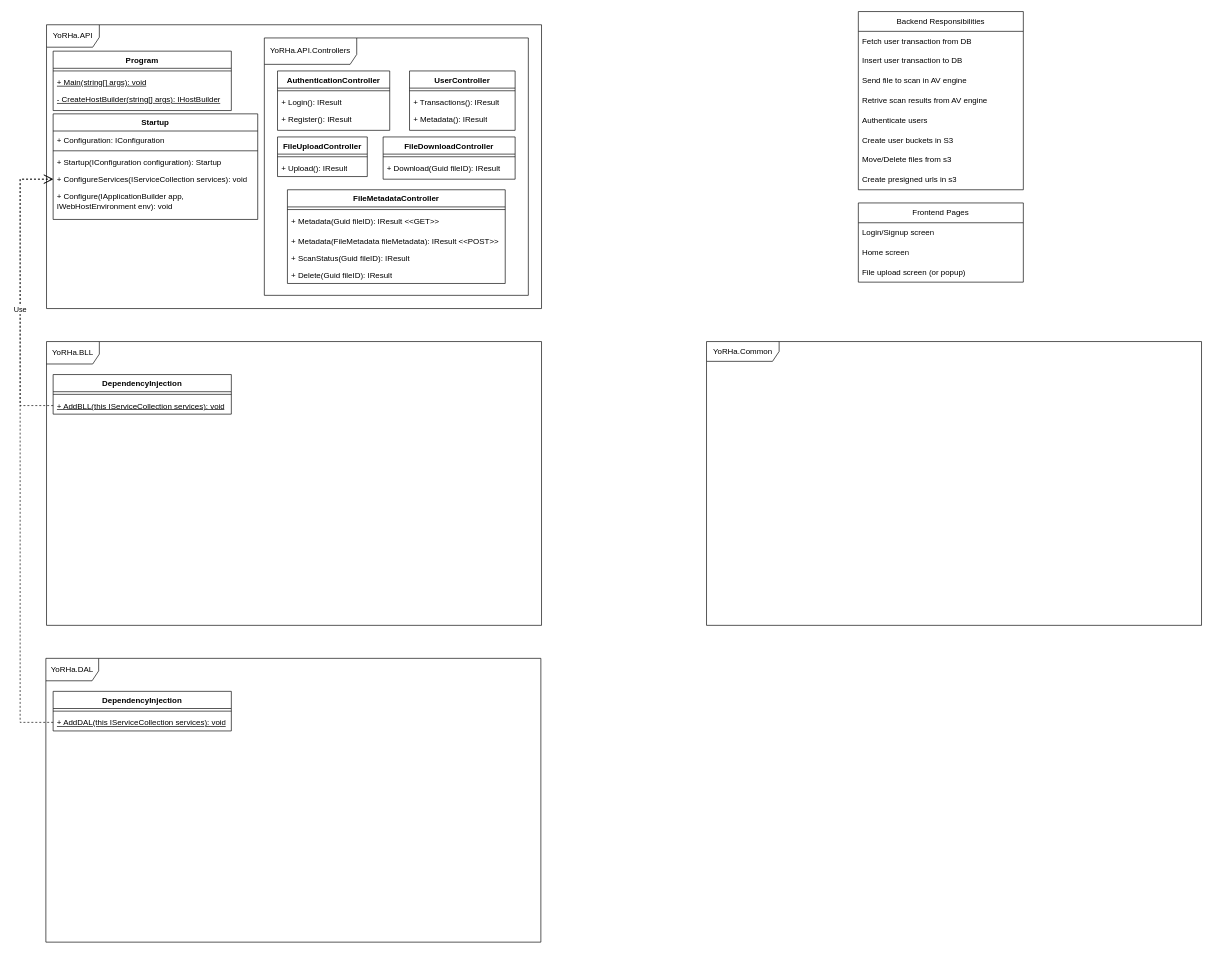
Above: Architecture/YoRHa Backend General Design.drawio in choda20/YoRHa (draw.io), before the change. Source tidied: cells renumbered, new cells numbered last; positions are measured from the earlier drawing's top-left corner, leaving out a move shared by most shapes. Both pictures are drawn from the tidied source at 66%, with x=0, y=0 at pixel (20, 11).
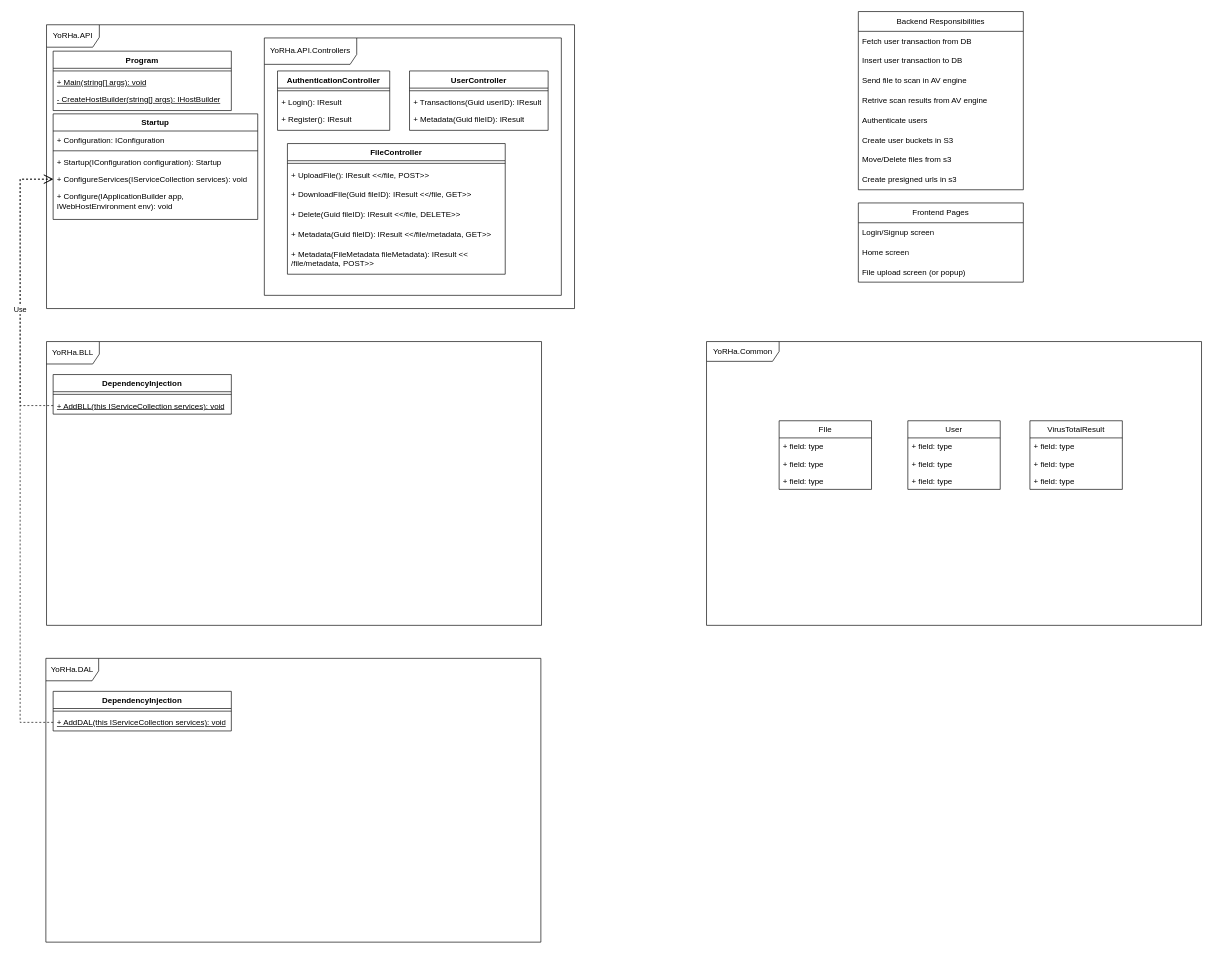
The same page after the edit.

Commit message:
fix(YoRHa.API architecture): added more controllers and model ideas

The edit, as a diff of the source:
```diff
@@
     <mxCell id="5" value="YoRHa.API" style="shape=umlFrame;whiteSpace=wrap;html=1;width=80;height=34;" parent="1" vertex="1">
-      <mxGeometry x="40" y="20" width="750" height="430" as="geometry" />
+      <mxGeometry x="40" y="20" width="800" height="430" as="geometry" />
     </mxCell>
@@
     <mxCell id="22" value="YoRHa.API.Controllers" style="shape=umlFrame;whiteSpace=wrap;html=1;width=140;height=40;" parent="1" vertex="1">
-      <mxGeometry x="370" y="40" width="400" height="390" as="geometry" />
+      <mxGeometry x="370" y="40" width="450" height="390" as="geometry" />
     </mxCell>
@@
-    <mxCell id="38" value="FileMetadataController" style="swimlane;fontStyle=1;align=center;verticalAlign=top;horizontal=1;startSize=26;whiteSpace=wrap;html=1;" parent="1" vertex="1">
-      <mxGeometry x="405" y="270" width="330" height="142" as="geometry" />
-    </mxCell>
-    <mxCell id="39" style="line;strokeWidth=1;fillColor=none;align=left;verticalAlign=middle;spacingTop=-1;spacingLeft=3;spacingRight=3;labelPosition=right;strokeColor=inherit;" parent="38" vertex="1">
-      <mxGeometry y="26" width="330" height="8" as="geometry" />
-    </mxCell>
-    <mxCell id="40" value="+ Metadata(Guid fileID): IResult &amp;lt;&amp;lt;GET&amp;gt;&amp;gt;" style="text;strokeColor=none;fillColor=none;align=left;verticalAlign=top;spacingLeft=4;spacingRight=4;overflow=hidden;whiteSpace=wrap;html=1;" parent="38" vertex="1">
-      <mxGeometry y="34" width="330" height="30" as="geometry" />
-    </mxCell>
-    <mxCell id="41" value="+ Metadata(FileMetadata fileMetadata): IResult &amp;lt;&amp;lt;POST&amp;gt;&amp;gt;" style="text;strokeColor=none;fillColor=none;align=left;verticalAlign=top;spacingLeft=4;spacingRight=4;overflow=hidden;whiteSpace=wrap;html=1;" parent="38" vertex="1">
-      <mxGeometry y="64" width="330" height="26" as="geometry" />
-    </mxCell>
-    <mxCell id="42" value="+ ScanStatus(Guid fileID): IResult" style="text;strokeColor=none;fillColor=none;align=left;verticalAlign=top;spacingLeft=4;spacingRight=4;overflow=hidden;whiteSpace=wrap;html=1;" parent="38" vertex="1">
-      <mxGeometry y="90" width="330" height="26" as="geometry" />
-    </mxCell>
-    <mxCell id="43" value="+ Delete(Guid fileID): IResult" style="text;strokeColor=none;fillColor=none;align=left;verticalAlign=top;spacingLeft=4;spacingRight=4;overflow=hidden;whiteSpace=wrap;html=1;" parent="38" vertex="1">
-      <mxGeometry y="116" width="330" height="26" as="geometry" />
-    </mxCell>
     <mxCell id="44" value="UserController" style="swimlane;fontStyle=1;align=center;verticalAlign=top;horizontal=1;startSize=26;whiteSpace=wrap;html=1;" parent="1" vertex="1">
-      <mxGeometry x="590" y="90" width="160" height="90" as="geometry" />
+      <mxGeometry x="590" y="90" width="210" height="90" as="geometry" />
     </mxCell>
     <mxCell id="45" style="line;strokeWidth=1;fillColor=none;align=left;verticalAlign=middle;spacingTop=-1;spacingLeft=3;spacingRight=3;labelPosition=right;strokeColor=inherit;" parent="44" vertex="1">
-      <mxGeometry y="26" width="160" height="8" as="geometry" />
+      <mxGeometry y="26" width="210" height="8" as="geometry" />
     </mxCell>
-    <mxCell id="46" value="+ Transactions(): IResult" style="text;strokeColor=none;fillColor=none;align=left;verticalAlign=top;spacingLeft=4;spacingRight=4;overflow=hidden;whiteSpace=wrap;html=1;" parent="44" vertex="1">
-      <mxGeometry y="34" width="160" height="26" as="geometry" />
+    <mxCell id="46" value="+ Transactions(Guid userID): IResult" style="text;strokeColor=none;fillColor=none;align=left;verticalAlign=top;spacingLeft=4;spacingRight=4;overflow=hidden;whiteSpace=wrap;html=1;" parent="44" vertex="1">
+      <mxGeometry y="34" width="210" height="26" as="geometry" />
     </mxCell>
-    <mxCell id="47" value="+ Metadata(): IResult" style="text;strokeColor=none;fillColor=none;align=left;verticalAlign=top;spacingLeft=4;spacingRight=4;overflow=hidden;whiteSpace=wrap;html=1;" parent="44" vertex="1">
-      <mxGeometry y="60" width="160" height="30" as="geometry" />
+    <mxCell id="47" value="+ Metadata(Guid fileID): IResult" style="text;strokeColor=none;fillColor=none;align=left;verticalAlign=top;spacingLeft=4;spacingRight=4;overflow=hidden;whiteSpace=wrap;html=1;" parent="44" vertex="1">
+      <mxGeometry y="60" width="210" height="30" as="geometry" />
     </mxCell>
@@
-    <mxCell id="52" value="FileUploadController" style="swimlane;fontStyle=1;align=center;verticalAlign=top;horizontal=1;startSize=26;whiteSpace=wrap;html=1;" parent="1" vertex="1">
-      <mxGeometry x="390" y="190" width="136" height="60" as="geometry" />
-    </mxCell>
-    <mxCell id="53" style="line;strokeWidth=1;fillColor=none;align=left;verticalAlign=middle;spacingTop=-1;spacingLeft=3;spacingRight=3;labelPosition=right;strokeColor=inherit;" parent="52" vertex="1">
-      <mxGeometry y="26" width="136" height="8" as="geometry" />
-    </mxCell>
-    <mxCell id="54" value="+ Upload(): IResult" style="text;strokeColor=none;fillColor=none;align=left;verticalAlign=top;spacingLeft=4;spacingRight=4;overflow=hidden;whiteSpace=wrap;html=1;" parent="52" vertex="1">
-      <mxGeometry y="34" width="136" height="26" as="geometry" />
-    </mxCell>
-    <mxCell id="55" value="FileDownloadController" style="swimlane;fontStyle=1;align=center;verticalAlign=top;horizontal=1;startSize=26;whiteSpace=wrap;html=1;" parent="1" vertex="1">
-      <mxGeometry x="550" y="190" width="200" height="64" as="geometry" />
-    </mxCell>
-    <mxCell id="56" style="line;strokeWidth=1;fillColor=none;align=left;verticalAlign=middle;spacingTop=-1;spacingLeft=3;spacingRight=3;labelPosition=right;strokeColor=inherit;" parent="55" vertex="1">
-      <mxGeometry y="26" width="200" height="8" as="geometry" />
-    </mxCell>
-    <mxCell id="57" value="+ Download(Guid fileID): IResult" style="text;strokeColor=none;fillColor=none;align=left;verticalAlign=top;spacingLeft=4;spacingRight=4;overflow=hidden;whiteSpace=wrap;html=1;" parent="55" vertex="1">
-      <mxGeometry y="34" width="200" height="30" as="geometry" />
-    </mxCell>
+    <mxCell id="58" value="FileController" style="swimlane;fontStyle=1;align=center;verticalAlign=top;horizontal=1;startSize=26;whiteSpace=wrap;html=1;" parent="1" vertex="1">
+      <mxGeometry x="405" y="200" width="330" height="198" as="geometry" />
+    </mxCell>
+    <mxCell id="39" style="line;strokeWidth=1;fillColor=none;align=left;verticalAlign=middle;spacingTop=-1;spacingLeft=3;spacingRight=3;labelPosition=right;strokeColor=inherit;" parent="58" vertex="1">
+      <mxGeometry y="26" width="330" height="8" as="geometry" />
+    </mxCell>
+    <mxCell id="59" value="+ UploadFile(): IResult &amp;lt;&amp;lt;/file, POST&amp;gt;&amp;gt;" style="text;strokeColor=none;fillColor=none;align=left;verticalAlign=top;spacingLeft=4;spacingRight=4;overflow=hidden;whiteSpace=wrap;html=1;" parent="58" vertex="1">
+      <mxGeometry y="34" width="330" height="30" as="geometry" />
+    </mxCell>
+    <mxCell id="60" value="+ DownloadFIle(Guid fileID): IResult &amp;lt;&amp;lt;/file, GET&amp;gt;&amp;gt;" style="text;strokeColor=none;fillColor=none;align=left;verticalAlign=top;spacingLeft=4;spacingRight=4;overflow=hidden;whiteSpace=wrap;html=1;" parent="58" vertex="1">
+      <mxGeometry y="64" width="330" height="30" as="geometry" />
+    </mxCell>
+    <mxCell id="61" value="+ Delete(Guid fileID): IResult &amp;lt;&amp;lt;/file, DELETE&amp;gt;&amp;gt;" style="text;strokeColor=none;fillColor=none;align=left;verticalAlign=top;spacingLeft=4;spacingRight=4;overflow=hidden;whiteSpace=wrap;html=1;" parent="58" vertex="1">
+      <mxGeometry y="94" width="330" height="30" as="geometry" />
+    </mxCell>
+    <mxCell id="62" value="+ Metadata(Guid fileID): IResult &amp;lt;&amp;lt;/file/metadata, GET&amp;gt;&amp;gt;" style="text;strokeColor=none;fillColor=none;align=left;verticalAlign=top;spacingLeft=4;spacingRight=4;overflow=hidden;whiteSpace=wrap;html=1;" parent="58" vertex="1">
+      <mxGeometry y="124" width="330" height="30" as="geometry" />
+    </mxCell>
+    <mxCell id="63" value="+ Metadata(FileMetadata fileMetadata): IResult &amp;lt;&amp;lt; /file/metadata, POST&amp;gt;&amp;gt;" style="text;strokeColor=none;fillColor=none;align=left;verticalAlign=top;spacingLeft=4;spacingRight=4;overflow=hidden;whiteSpace=wrap;html=1;" parent="58" vertex="1">
+      <mxGeometry y="154" width="330" height="44" as="geometry" />
+    </mxCell>
+    <mxCell id="64" value="FIle" style="swimlane;fontStyle=0;horizontal=1;startSize=26;fillColor=none;whiteSpace=wrap;html=1;" parent="1" vertex="1">
+      <mxGeometry x="1150" y="620" width="140" height="104" as="geometry" />
+    </mxCell>
+    <mxCell id="65" value="+ field: type" style="text;strokeColor=none;fillColor=none;align=left;verticalAlign=top;spacingLeft=4;spacingRight=4;overflow=hidden;whiteSpace=wrap;html=1;" parent="64" vertex="1">
+      <mxGeometry y="26" width="140" height="26" as="geometry" />
+    </mxCell>
+    <mxCell id="66" value="+ field: type" style="text;strokeColor=none;fillColor=none;align=left;verticalAlign=top;spacingLeft=4;spacingRight=4;overflow=hidden;whiteSpace=wrap;html=1;" parent="64" vertex="1">
+      <mxGeometry y="52" width="140" height="26" as="geometry" />
+    </mxCell>
+    <mxCell id="67" value="+ field: type" style="text;strokeColor=none;fillColor=none;align=left;verticalAlign=top;spacingLeft=4;spacingRight=4;overflow=hidden;whiteSpace=wrap;html=1;" parent="64" vertex="1">
+      <mxGeometry y="78" width="140" height="26" as="geometry" />
+    </mxCell>
+    <mxCell id="68" value="VirusTotalResult" style="swimlane;fontStyle=0;horizontal=1;startSize=26;fillColor=none;whiteSpace=wrap;html=1;" parent="1" vertex="1">
+      <mxGeometry x="1530" y="620" width="140" height="104" as="geometry" />
+    </mxCell>
+    <mxCell id="69" value="+ field: type" style="text;strokeColor=none;fillColor=none;align=left;verticalAlign=top;spacingLeft=4;spacingRight=4;overflow=hidden;whiteSpace=wrap;html=1;" parent="68" vertex="1">
+      <mxGeometry y="26" width="140" height="26" as="geometry" />
+    </mxCell>
+    <mxCell id="70" value="+ field: type" style="text;strokeColor=none;fillColor=none;align=left;verticalAlign=top;spacingLeft=4;spacingRight=4;overflow=hidden;whiteSpace=wrap;html=1;" parent="68" vertex="1">
+      <mxGeometry y="52" width="140" height="26" as="geometry" />
+    </mxCell>
+    <mxCell id="71" value="+ field: type" style="text;strokeColor=none;fillColor=none;align=left;verticalAlign=top;spacingLeft=4;spacingRight=4;overflow=hidden;whiteSpace=wrap;html=1;" parent="68" vertex="1">
+      <mxGeometry y="78" width="140" height="26" as="geometry" />
+    </mxCell>
+    <mxCell id="72" value="User" style="swimlane;fontStyle=0;horizontal=1;startSize=26;fillColor=none;whiteSpace=wrap;html=1;" parent="1" vertex="1">
+      <mxGeometry x="1345" y="620" width="140" height="104" as="geometry" />
+    </mxCell>
+    <mxCell id="73" value="+ field: type" style="text;strokeColor=none;fillColor=none;align=left;verticalAlign=top;spacingLeft=4;spacingRight=4;overflow=hidden;whiteSpace=wrap;html=1;" parent="72" vertex="1">
+      <mxGeometry y="26" width="140" height="26" as="geometry" />
+    </mxCell>
+    <mxCell id="74" value="+ field: type" style="text;strokeColor=none;fillColor=none;align=left;verticalAlign=top;spacingLeft=4;spacingRight=4;overflow=hidden;whiteSpace=wrap;html=1;" parent="72" vertex="1">
+      <mxGeometry y="52" width="140" height="26" as="geometry" />
+    </mxCell>
+    <mxCell id="75" value="+ field: type" style="text;strokeColor=none;fillColor=none;align=left;verticalAlign=top;spacingLeft=4;spacingRight=4;overflow=hidden;whiteSpace=wrap;html=1;" parent="72" vertex="1">
+      <mxGeometry y="78" width="140" height="26" as="geometry" />
+    </mxCell>
```
